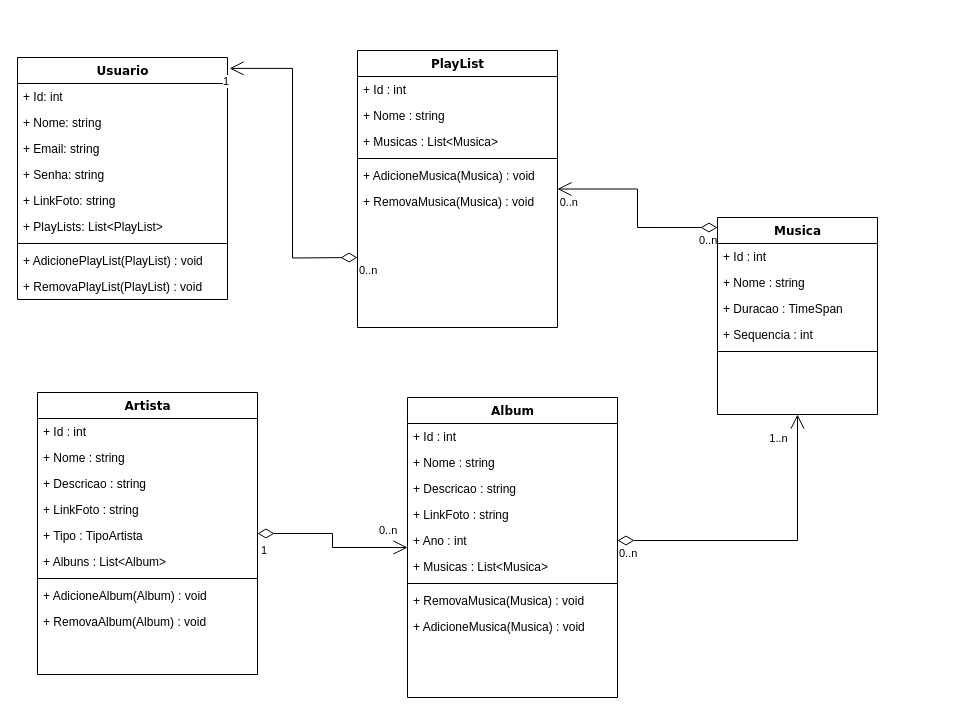
This is PushPlay.Domain/Diagrama/PushPlay.drawio from jaiconM/PushPlay, a draw.io file, before an edit. Source tidied: cells renumbered, new cells numbered last; positions are measured from the earlier drawing's top-left corner, leaving out a move shared by most shapes. Both pictures are drawn from the tidied source at 100%, with x=0, y=0 at pixel (17, 50).
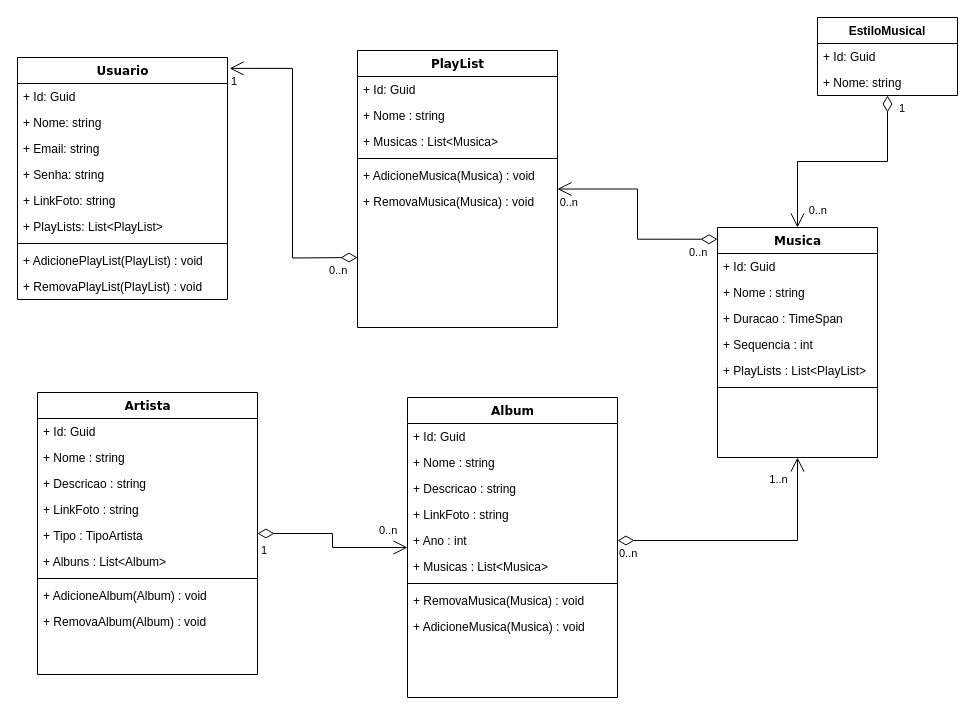
After the change.

The change refers to these unchanged cells:
```xml
<mxCell id="2" value="Usuario" style="swimlane;html=1;fontStyle=1;align=center;verticalAlign=top;horizontal=1;startSize=26;swimlaneFillColor=#ffffff;rounded=0;shadow=0;comic=0;labelBackgroundColor=none;strokeWidth=1;fillColor=none;fontFamily=Verdana;fontSize=12;" parent="1" vertex="1">
  <mxGeometry y="7" width="210" height="242" as="geometry" />
</mxCell>
<mxCell id="12" value="PlayList" style="swimlane;html=1;fontStyle=1;align=center;verticalAlign=top;horizontal=1;startSize=26;swimlaneFillColor=#ffffff;rounded=0;shadow=0;comic=0;labelBackgroundColor=none;strokeWidth=1;fillColor=none;fontFamily=Verdana;fontSize=12;" parent="1" vertex="1">
  <mxGeometry x="340" width="200" height="277" as="geometry" />
</mxCell>
<mxCell id="19" style="endArrow=open;html=1;endSize=12;startArrow=diamondThin;startSize=14;startFill=0;edgeStyle=orthogonalEdgeStyle;rounded=0;entryX=1.01;entryY=0.045;entryDx=0;entryDy=0;entryPerimeter=0;" parent="12" edge="1" target="2">
  <mxGeometry relative="1" as="geometry">
    <mxPoint y="207" as="sourcePoint" />
  </mxGeometry>
</mxCell>
<mxCell id="28" value="Album" style="swimlane;html=1;fontStyle=1;align=center;verticalAlign=top;horizontal=1;startSize=26;swimlaneFillColor=#ffffff;rounded=0;shadow=0;comic=0;labelBackgroundColor=none;strokeWidth=1;fillColor=none;fontFamily=Verdana;fontSize=12;" parent="1" vertex="1">
  <mxGeometry x="390" y="347" width="210" height="300" as="geometry" />
</mxCell>
<mxCell id="38" value="Artista" style="swimlane;html=1;fontStyle=1;align=center;verticalAlign=top;horizontal=1;startSize=26;swimlaneFillColor=#ffffff;rounded=0;shadow=0;comic=0;labelBackgroundColor=none;strokeWidth=1;fillColor=none;fontFamily=Verdana;fontSize=12;" parent="1" vertex="1">
  <mxGeometry x="20" y="342" width="220" height="282" as="geometry" />
</mxCell>
<mxCell id="48" style="endArrow=open;html=1;endSize=12;startArrow=diamondThin;startSize=14;startFill=0;edgeStyle=orthogonalEdgeStyle;rounded=0;exitX=0;exitY=0.051;exitDx=0;exitDy=0;exitPerimeter=0;" parent="1" edge="1" source="22" target="12">
  <mxGeometry relative="1" as="geometry" />
</mxCell>
```

Diff of the diagram source:
```diff
@@
-    <mxCell id="3" value="+ Id: int" style="text;html=1;strokeColor=none;fillColor=none;align=left;verticalAlign=top;spacingLeft=4;spacingRight=4;whiteSpace=wrap;overflow=hidden;" parent="2" vertex="1">
+    <mxCell id="3" value="&lt;span style=&quot;&quot;&gt;+ Id: Guid&lt;/span&gt;" style="text;html=1;strokeColor=none;fillColor=none;align=left;verticalAlign=top;spacingLeft=4;spacingRight=4;whiteSpace=wrap;overflow=hidden;" parent="2" vertex="1">
       <mxGeometry y="26" width="210" height="26" as="geometry" />
     </mxCell>
@@
-    <mxCell id="13" value="+ Id : int" style="text;html=1;strokeColor=none;fillColor=none;align=left;verticalAlign=top;spacingLeft=4;spacingRight=4;whiteSpace=wrap;overflow=hidden;" parent="12" vertex="1">
+    <mxCell id="13" value="&lt;span style=&quot;&quot;&gt;+ Id: Guid&lt;/span&gt;" style="text;html=1;strokeColor=none;fillColor=none;align=left;verticalAlign=top;spacingLeft=4;spacingRight=4;whiteSpace=wrap;overflow=hidden;" parent="12" vertex="1">
       <mxGeometry y="26" width="200" height="26" as="geometry" />
     </mxCell>
@@
     <mxCell id="20" value="0..n" style="edgeLabel;html=1;align=left;verticalAlign=top;" parent="19" vertex="1">
-      <mxGeometry x="-1" relative="1" as="geometry" />
+      <mxGeometry x="-1" relative="1" as="geometry">
+        <mxPoint x="-30" as="offset" />
+      </mxGeometry>
     </mxCell>
     <mxCell id="21" value="1" style="edgeLabel;html=1;align=right;verticalAlign=top;" parent="19" vertex="1">
-      <mxGeometry x="1" relative="1" as="geometry" />
+      <mxGeometry x="1" relative="1" as="geometry">
+        <mxPoint x="8" as="offset" />
+      </mxGeometry>
     </mxCell>
     <mxCell id="22" value="Musica" style="swimlane;html=1;fontStyle=1;align=center;verticalAlign=top;horizontal=1;startSize=26;swimlaneFillColor=#ffffff;rounded=0;shadow=0;comic=0;labelBackgroundColor=none;strokeWidth=1;fillColor=none;fontFamily=Verdana;fontSize=12;" parent="1" vertex="1">
-      <mxGeometry x="700" y="167" width="160" height="197" as="geometry" />
+      <mxGeometry x="700" y="177" width="160" height="230" as="geometry" />
     </mxCell>
-    <mxCell id="23" value="+ Id : int" style="text;html=1;strokeColor=none;fillColor=none;align=left;verticalAlign=top;spacingLeft=4;spacingRight=4;whiteSpace=wrap;overflow=hidden;" parent="22" vertex="1">
+    <mxCell id="23" value="&lt;span style=&quot;&quot;&gt;+ Id: Guid&lt;/span&gt;" style="text;html=1;strokeColor=none;fillColor=none;align=left;verticalAlign=top;spacingLeft=4;spacingRight=4;whiteSpace=wrap;overflow=hidden;" parent="22" vertex="1">
       <mxGeometry y="26" width="160" height="26" as="geometry" />
     </mxCell>
@@
+    <mxCell id="57" value="+ PlayLists : List&amp;lt;PlayList&amp;gt;" style="text;html=1;strokeColor=none;fillColor=none;align=left;verticalAlign=top;spacingLeft=4;spacingRight=4;whiteSpace=wrap;overflow=hidden;" parent="22" vertex="1">
+      <mxGeometry y="130" width="160" height="26" as="geometry" />
+    </mxCell>
     <mxCell id="27" style="line;html=1;strokeWidth=1;fillColor=none;align=left;verticalAlign=middle;spacingTop=-1;spacingLeft=3;spacingRight=3;labelPosition=right;" parent="22" vertex="1">
-      <mxGeometry y="130" width="160" height="8" as="geometry" />
+      <mxGeometry y="156" width="160" height="8" as="geometry" />
     </mxCell>
@@
-    <mxCell id="29" value="+ Id : int" style="text;html=1;strokeColor=none;fillColor=none;align=left;verticalAlign=top;spacingLeft=4;spacingRight=4;whiteSpace=wrap;overflow=hidden;" parent="28" vertex="1">
+    <mxCell id="29" value="&lt;span style=&quot;&quot;&gt;+ Id: Guid&lt;/span&gt;" style="text;html=1;strokeColor=none;fillColor=none;align=left;verticalAlign=top;spacingLeft=4;spacingRight=4;whiteSpace=wrap;overflow=hidden;" parent="28" vertex="1">
       <mxGeometry y="26" width="210" height="26" as="geometry" />
     </mxCell>
@@
-    <mxCell id="39" value="+ Id : int" style="text;html=1;strokeColor=none;fillColor=none;align=left;verticalAlign=top;spacingLeft=4;spacingRight=4;whiteSpace=wrap;overflow=hidden;" parent="38" vertex="1">
+    <mxCell id="39" value="&lt;span style=&quot;&quot;&gt;+ Id: Guid&lt;/span&gt;" style="text;html=1;strokeColor=none;fillColor=none;align=left;verticalAlign=top;spacingLeft=4;spacingRight=4;whiteSpace=wrap;overflow=hidden;" parent="38" vertex="1">
       <mxGeometry y="26" width="220" height="26" as="geometry" />
     </mxCell>
@@
     <mxCell id="49" value="0..n" style="edgeLabel;html=1;align=left;verticalAlign=top;" parent="48" vertex="1">
       <mxGeometry x="-1" relative="1" as="geometry">
-        <mxPoint x="-20" as="offset" />
+        <mxPoint x="-30" as="offset" />
       </mxGeometry>
     </mxCell>
@@
+    <mxCell id="58" value="EstiloMusical" style="swimlane;fontStyle=1;horizontal=1;startSize=26;fillColor=none;" parent="1" vertex="1">
+      <mxGeometry x="800" y="-33" width="140" height="78" as="geometry" />
+    </mxCell>
+    <mxCell id="59" value="+ Id: Guid" style="text;strokeColor=none;fillColor=none;align=left;verticalAlign=top;spacingLeft=4;spacingRight=4;overflow=hidden;" parent="58" vertex="1">
+      <mxGeometry y="26" width="140" height="26" as="geometry" />
+    </mxCell>
+    <mxCell id="60" value="+ Nome: string" style="text;strokeColor=none;fillColor=none;align=left;verticalAlign=top;spacingLeft=4;spacingRight=4;overflow=hidden;" parent="58" vertex="1">
+      <mxGeometry y="52" width="140" height="26" as="geometry" />
+    </mxCell>
+    <mxCell id="61" style="endArrow=open;html=1;endSize=12;startArrow=diamondThin;startSize=14;startFill=0;edgeStyle=orthogonalEdgeStyle;rounded=0;" parent="1" edge="1" source="58" target="22">
+      <mxGeometry relative="1" as="geometry" />
+    </mxCell>
+    <mxCell id="62" value="1" style="edgeLabel;html=1;align=left;verticalAlign=top;" parent="61" vertex="1">
+      <mxGeometry x="-1" relative="1" as="geometry">
+        <mxPoint x="10" as="offset" />
+      </mxGeometry>
+    </mxCell>
+    <mxCell id="63" value="0..n" style="edgeLabel;html=1;align=right;verticalAlign=top;" parent="61" vertex="1">
+      <mxGeometry x="1" relative="1" as="geometry">
+        <mxPoint x="30" y="-30" as="offset" />
+      </mxGeometry>
+    </mxCell>
```
